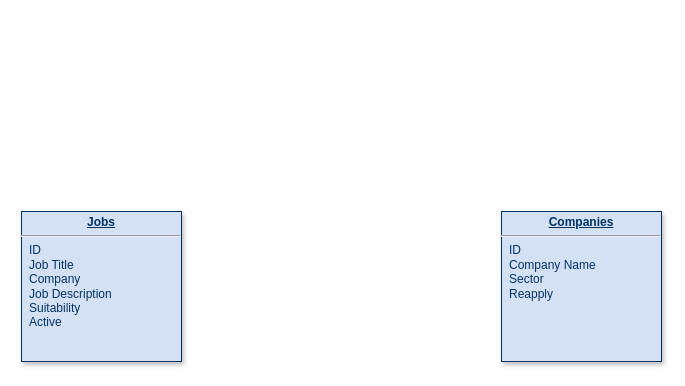
The draw.io diagram Diagrams/Database.drawio in JaneyRG/AI_Job_Finder, before the edit. Source tidied: cells renumbered, new cells numbered last; positions are measured from the earlier drawing's top-left corner, leaving out a move shared by most shapes. Both pictures are drawn from the tidied source at 100%, with x=0, y=0 at pixel (21, 211).
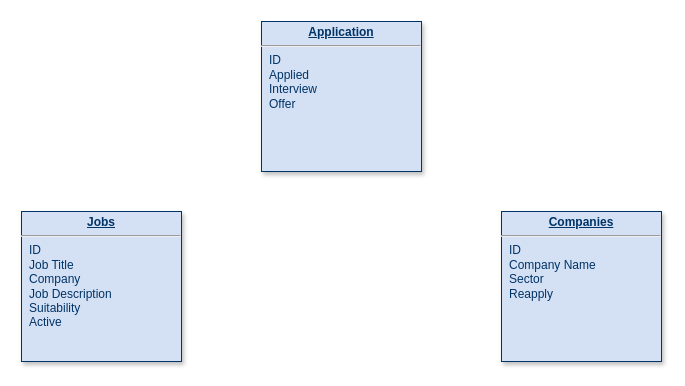
The same page after the edit.

Commit message:
Added application table

Change to the diagram source:
```diff
@@
 <mxGraphModel>
   <root>
     <mxCell id="0" />
     <mxCell id="1" parent="0" />
     <mxCell id="2" value="&lt;p style=&quot;margin: 0px; margin-top: 4px; text-align: center; text-decoration: underline;&quot;&gt;&lt;b&gt;Jobs&lt;/b&gt;&lt;/p&gt;&lt;hr&gt;&lt;p style=&quot;margin: 0px; margin-left: 8px;&quot;&gt;ID&lt;/p&gt;&lt;p style=&quot;margin: 0px; margin-left: 8px;&quot;&gt;Job Title&lt;/p&gt;&lt;p style=&quot;margin: 0px; margin-left: 8px;&quot;&gt;Company&lt;/p&gt;&lt;p style=&quot;margin: 0px; margin-left: 8px;&quot;&gt;Job Description&lt;/p&gt;&lt;p style=&quot;margin: 0px; margin-left: 8px;&quot;&gt;Suitability&lt;/p&gt;&lt;p style=&quot;margin: 0px; margin-left: 8px;&quot;&gt;Active&lt;/p&gt;&lt;p style=&quot;margin: 0px; margin-left: 8px;&quot;&gt;&lt;br&gt;&lt;/p&gt;&lt;p style=&quot;margin: 0px; margin-left: 8px;&quot;&gt;&lt;br&gt;&lt;/p&gt;&lt;p style=&quot;margin: 0px; margin-left: 8px;&quot;&gt;&lt;br&gt;&lt;/p&gt;&lt;p style=&quot;margin: 0px; margin-left: 8px;&quot;&gt;&lt;br&gt;&lt;/p&gt;&lt;p style=&quot;margin: 0px; margin-left: 8px;&quot;&gt;&lt;br&gt;&lt;/p&gt;" style="verticalAlign=top;align=left;overflow=fill;fontSize=12;fontFamily=Helvetica;html=1;strokeColor=#003366;shadow=1;fillColor=#D4E1F5;fontColor=#003366;" parent="1" vertex="1">
       <mxGeometry width="160" height="150" as="geometry" />
     </mxCell>
     <mxCell id="3" value="&lt;p style=&quot;margin: 0px; margin-top: 4px; text-align: center; text-decoration: underline;&quot;&gt;&lt;b&gt;Companies&lt;/b&gt;&lt;/p&gt;&lt;hr&gt;&lt;p style=&quot;margin: 0px; margin-left: 8px;&quot;&gt;ID&lt;/p&gt;&lt;p style=&quot;margin: 0px; margin-left: 8px;&quot;&gt;Company Name&lt;/p&gt;&lt;p style=&quot;margin: 0px; margin-left: 8px;&quot;&gt;Sector&lt;/p&gt;&lt;p style=&quot;margin: 0px; margin-left: 8px;&quot;&gt;Reapply&lt;/p&gt;&lt;p style=&quot;margin: 0px; margin-left: 8px;&quot;&gt;&lt;br&gt;&lt;/p&gt;&lt;p style=&quot;margin: 0px; margin-left: 8px;&quot;&gt;&lt;br&gt;&lt;/p&gt;&lt;p style=&quot;margin: 0px; margin-left: 8px;&quot;&gt;&lt;br&gt;&lt;/p&gt;&lt;p style=&quot;margin: 0px; margin-left: 8px;&quot;&gt;&lt;br&gt;&lt;/p&gt;" style="verticalAlign=top;align=left;overflow=fill;fontSize=12;fontFamily=Helvetica;html=1;strokeColor=#003366;shadow=1;fillColor=#D4E1F5;fontColor=#003366;" parent="1" vertex="1">
       <mxGeometry x="480" width="160" height="150" as="geometry" />
     </mxCell>
+    <mxCell id="4" value="&lt;p style=&quot;margin: 0px; margin-top: 4px; text-align: center; text-decoration: underline;&quot;&gt;&lt;b&gt;Application&lt;/b&gt;&lt;/p&gt;&lt;hr&gt;&lt;p style=&quot;margin: 0px; margin-left: 8px;&quot;&gt;ID&lt;/p&gt;&lt;p style=&quot;margin: 0px; margin-left: 8px;&quot;&gt;Applied&lt;/p&gt;&lt;p style=&quot;margin: 0px; margin-left: 8px;&quot;&gt;Interview&lt;/p&gt;&lt;p style=&quot;margin: 0px; margin-left: 8px;&quot;&gt;Offer&lt;/p&gt;&lt;p style=&quot;margin: 0px; margin-left: 8px;&quot;&gt;&lt;br&gt;&lt;/p&gt;&lt;p style=&quot;margin: 0px; margin-left: 8px;&quot;&gt;&lt;br&gt;&lt;/p&gt;&lt;p style=&quot;margin: 0px; margin-left: 8px;&quot;&gt;&lt;br&gt;&lt;/p&gt;&lt;p style=&quot;margin: 0px; margin-left: 8px;&quot;&gt;&lt;br&gt;&lt;/p&gt;&lt;p style=&quot;margin: 0px; margin-left: 8px;&quot;&gt;&lt;br&gt;&lt;/p&gt;" style="verticalAlign=top;align=left;overflow=fill;fontSize=12;fontFamily=Helvetica;html=1;strokeColor=#003366;shadow=1;fillColor=#D4E1F5;fontColor=#003366;" parent="1" vertex="1">
+      <mxGeometry x="240" y="-190" width="160" height="150" as="geometry" />
+    </mxCell>
   </root>
 </mxGraphModel>
```
